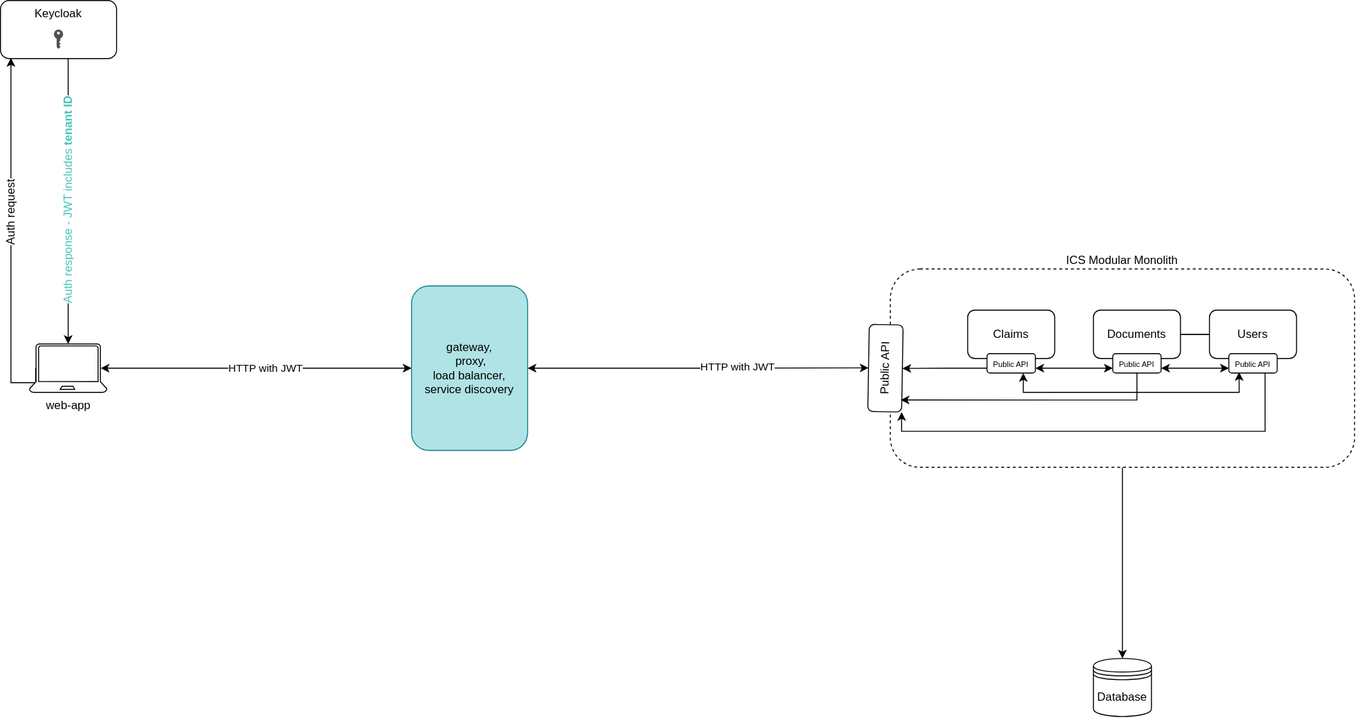
Before: architecture/services.svg, a diagram exported from draw.io (michalpatron10/ics). Source tidied: cells renumbered, new cells last; positions are measured from the earlier drawing's top-left corner, leaving out a move shared by most shapes.
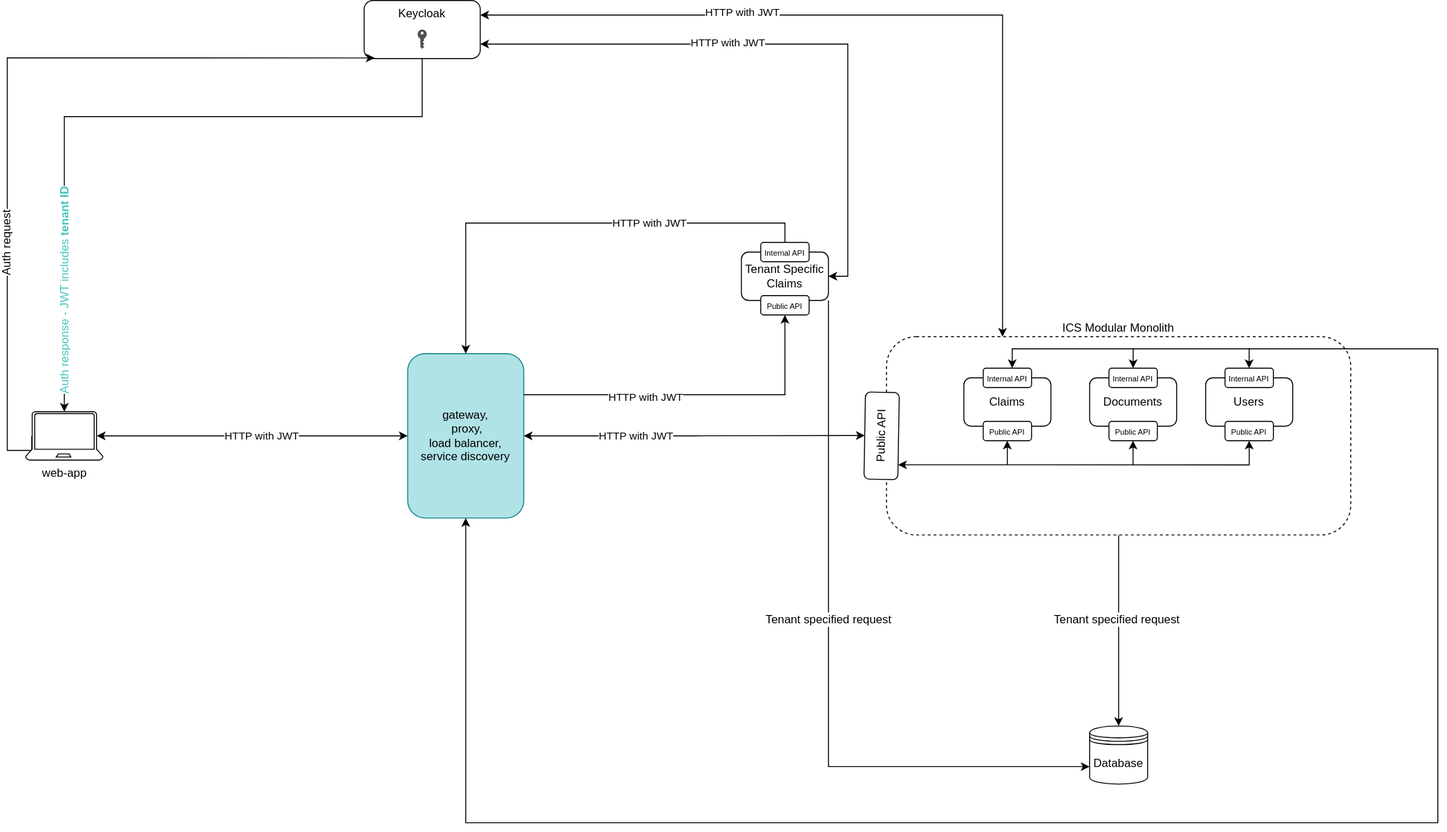
After the change.

Commit message:
architecture with tenant specific services

Change to the diagram source:
```diff
@@ -5,7 +5,12 @@
     <mxCell id="2" style="edgeStyle=orthogonalEdgeStyle;rounded=0;jettySize=auto;html=1;exitX=0.5;exitY=1;exitDx=0;exitDy=0;entryX=0.5;entryY=0;entryDx=0;entryDy=0;" parent="1" edge="1" source="3" target="4">
       <mxGeometry relative="1" as="geometry" />
     </mxCell>
+    <mxCell id="32" value="Tenant specified request" style="edgeLabel;html=1;align=center;verticalAlign=middle;fontSize=12;" parent="2" vertex="1">
+      <mxGeometry x="-0.12" y="-2" relative="1" as="geometry">
+        <mxPoint y="1" as="offset" />
+      </mxGeometry>
+    </mxCell>
-    <mxCell id="3" value="&lt;font style=&quot;font-size: 12px;&quot;&gt;ICS Modular Monolith&lt;/font&gt;" style="rounded=1;whiteSpace=wrap;html=1;dashed=1;verticalAlign=bottom;align=center;horizontal=1;labelPosition=center;verticalLabelPosition=top;" parent="1" vertex="1">
+    <mxCell id="3" value="&lt;font style=&quot;font-size: 12px;&quot;&gt;ICS Modular Monolith&lt;/font&gt;" style="rounded=1;whiteSpace=wrap;html=1;dashed=1;verticalAlign=bottom;align=center;horizontal=1;labelPosition=center;verticalLabelPosition=top;glass=0;" parent="1" vertex="1">
       <mxGeometry x="920" y="277.5" width="480" height="205" as="geometry" />
     </mxCell>
     <mxCell id="4" value="Database" style="shape=datastore;whiteSpace=wrap;html=1;" parent="1" vertex="1">
@@ -14,21 +19,29 @@
     <mxCell id="5" style="edgeStyle=orthogonalEdgeStyle;rounded=0;jettySize=auto;html=1;exitDx=0;exitDy=0;entryDx=0;entryDy=0;entryPerimeter=0;startArrow=none;startFill=0;" parent="1" edge="1" source="7" target="29">
       <mxGeometry relative="1" as="geometry">
         <Array as="points">
-          <mxPoint x="70" y="100" />
-          <mxPoint x="70" y="373" />
+          <mxPoint x="440" y="50" />
+          <mxPoint x="70" y="50" />
         </Array>
       </mxGeometry>
     </mxCell>
     <mxCell id="6" value="&lt;font style=&quot;font-size: 12px;&quot; color=&quot;#45c4bc&quot;&gt;Auth response - JWT includes &lt;b style=&quot;&quot;&gt;tenant ID&lt;/b&gt;&lt;/font&gt;" style="edgeLabel;html=1;align=center;verticalAlign=middle;rotation=-90;" parent="5" vertex="1">
       <mxGeometry x="0.47" y="1" relative="1" as="geometry">
-        <mxPoint x="-1" y="-70" as="offset" />
+        <mxPoint x="-1" y="70" as="offset" />
       </mxGeometry>
     </mxCell>
+    <mxCell id="33" style="edgeStyle=orthogonalEdgeStyle;rounded=0;jettySize=auto;html=1;exitX=1;exitY=0.25;exitDx=0;exitDy=0;entryX=0.25;entryY=0;entryDx=0;entryDy=0;startArrow=classic;startFill=1;" parent="1" edge="1" source="7" target="3">
+      <mxGeometry relative="1" as="geometry" />
+    </mxCell>
+    <mxCell id="34" value="HTTP with JWT" style="edgeLabel;html=1;align=center;verticalAlign=middle;" parent="33" vertex="1">
+      <mxGeometry x="-0.26" y="3" relative="1" as="geometry">
+        <mxPoint x="-54" as="offset" />
+      </mxGeometry>
+    </mxCell>
     <mxCell id="7" value="Keycloak" style="rounded=1;whiteSpace=wrap;html=1;verticalAlign=top;" parent="1" vertex="1">
-      <mxGeometry width="120" height="60" as="geometry" />
+      <mxGeometry x="380" y="-70" width="120" height="60" as="geometry" />
     </mxCell>
     <mxCell id="8" style="shadow=0;dashed=0;html=1;strokeColor=none;fillColor=#505050;labelPosition=center;verticalLabelPosition=bottom;verticalAlign=top;align=center;shape=mxgraph.office.security.key_permissions;" parent="1" vertex="1">
-      <mxGeometry x="55.2" y="30" width="9.5" height="20" as="geometry" />
+      <mxGeometry x="435.2" y="-40" width="9.5" height="20" as="geometry" />
     </mxCell>
     <mxCell id="9" style="edgeStyle=orthogonalEdgeStyle;rounded=0;jettySize=auto;html=1;exitDx=0;exitDy=0;exitPerimeter=0;labelBorderColor=none;entryX=0.09;entryY=0.989;entryDx=0;entryDy=0;exitX=0.08;exitY=0.5;entryPerimeter=0;" parent="1" edge="1" source="29" target="7">
       <mxGeometry relative="1" as="geometry">
@@ -39,14 +52,16 @@
     </mxCell>
     <mxCell id="10" value="&lt;font style=&quot;font-size: 12px;&quot;&gt;Auth request&lt;/font&gt;" style="edgeLabel;html=1;align=center;verticalAlign=middle;rotation=-90;" parent="9" vertex="1">
       <mxGeometry x="-0.26" y="-7" relative="1" as="geometry">
-        <mxPoint x="-7" y="-76" as="offset" />
+        <mxPoint x="-8" y="52" as="offset" />
       </mxGeometry>
     </mxCell>
     <mxCell id="11" style="edgeStyle=orthogonalEdgeStyle;rounded=0;jettySize=auto;html=1;exitX=0.5;exitY=0;exitDx=0;exitDy=0;entryX=0.5;entryY=0;entryDx=0;entryDy=0;startArrow=classic;startFill=1;" parent="1" edge="1" source="13" target="14">
       <mxGeometry relative="1" as="geometry" />
     </mxCell>
     <mxCell id="12" value="HTTP with JWT" style="edgeLabel;html=1;align=center;verticalAlign=middle;" parent="11" vertex="1">
-      <mxGeometry x="0.23" y="1" relative="1" as="geometry" />
+      <mxGeometry x="0.23" y="1" relative="1" as="geometry">
+        <mxPoint x="-101" y="1" as="offset" />
+      </mxGeometry>
     </mxCell>
     <mxCell id="13" value="gateway,&lt;br&gt;&amp;nbsp;proxy,&lt;br&gt;load balancer, &lt;br&gt;service discovery" style="rounded=1;whiteSpace=wrap;html=1;fillColor=#b0e3e6;strokeColor=#0e8088;horizontal=0;rotation=90;" parent="1" vertex="1">
       <mxGeometry x="400" y="320" width="170" height="120" as="geometry" />
@@ -57,49 +72,21 @@
     <mxCell id="15" value="Claims" style="rounded=1;whiteSpace=wrap;html=1;" parent="1" vertex="1">
       <mxGeometry x="1000" y="320" width="90" height="50" as="geometry" />
     </mxCell>
-    <mxCell id="16" style="edgeStyle=orthogonalEdgeStyle;rounded=0;jettySize=auto;html=1;" parent="1" edge="1" source="18">
-      <mxGeometry relative="1" as="geometry">
-        <mxPoint x="1300" y="345" as="targetPoint" />
-      </mxGeometry>
-    </mxCell>
-    <mxCell id="17" style="edgeStyle=orthogonalEdgeStyle;rounded=0;jettySize=auto;html=1;" parent="1" edge="1" source="18">
-      <mxGeometry relative="1" as="geometry">
-        <mxPoint x="1300" y="345" as="targetPoint" />
-      </mxGeometry>
-    </mxCell>
     <mxCell id="18" value="Documents" style="rounded=1;whiteSpace=wrap;html=1;" parent="1" vertex="1">
       <mxGeometry x="1130" y="320" width="90" height="50" as="geometry" />
     </mxCell>
     <mxCell id="19" value="Users" style="rounded=1;whiteSpace=wrap;html=1;" parent="1" vertex="1">
       <mxGeometry x="1250" y="320" width="90" height="50" as="geometry" />
     </mxCell>
-    <mxCell id="20" style="edgeStyle=orthogonalEdgeStyle;rounded=0;jettySize=auto;html=1;exitX=0;exitY=0.75;exitDx=0;exitDy=0;entryX=0.5;entryY=1;entryDx=0;entryDy=0;" parent="1" edge="1" source="21" target="14">
-      <mxGeometry relative="1" as="geometry" />
-    </mxCell>
     <mxCell id="21" value="&lt;font style=&quot;font-size: 8px;&quot;&gt;Public API&lt;/font&gt;" style="rounded=1;whiteSpace=wrap;html=1;fontSize=10;" parent="1" vertex="1">
       <mxGeometry x="1020" y="365" width="50" height="20" as="geometry" />
     </mxCell>
-    <mxCell id="22" style="edgeStyle=orthogonalEdgeStyle;rounded=0;jettySize=auto;html=1;exitX=1;exitY=0.75;exitDx=0;exitDy=0;entryX=0;entryY=0.75;entryDx=0;entryDy=0;startArrow=classic;startFill=1;" parent="1" edge="1" source="23" target="26">
-      <mxGeometry relative="1" as="geometry" />
-    </mxCell>
     <mxCell id="23" value="&lt;font style=&quot;font-size: 8px;&quot;&gt;Public API&lt;/font&gt;" style="rounded=1;whiteSpace=wrap;html=1;fontSize=10;" parent="1" vertex="1">
       <mxGeometry x="1150" y="365" width="50" height="20" as="geometry" />
     </mxCell>
-    <mxCell id="24" style="edgeStyle=orthogonalEdgeStyle;rounded=0;jettySize=auto;html=1;exitX=1;exitY=0.75;exitDx=0;exitDy=0;entryX=0;entryY=0.75;entryDx=0;entryDy=0;startArrow=classic;startFill=1;" parent="1" edge="1" source="21" target="23">
-      <mxGeometry relative="1" as="geometry" />
-    </mxCell>
-    <mxCell id="25" style="edgeStyle=orthogonalEdgeStyle;rounded=0;jettySize=auto;html=1;exitX=0.75;exitY=1;exitDx=0;exitDy=0;entryX=0;entryY=1;entryDx=0;entryDy=0;" parent="1" edge="1" source="26" target="14">
-      <mxGeometry relative="1" as="geometry" />
-    </mxCell>
     <mxCell id="26" value="&lt;font style=&quot;font-size: 8px;&quot;&gt;Public API&lt;/font&gt;" style="rounded=1;whiteSpace=wrap;html=1;fontSize=10;" parent="1" vertex="1">
       <mxGeometry x="1270" y="365" width="50" height="20" as="geometry" />
     </mxCell>
-    <mxCell id="27" style="edgeStyle=orthogonalEdgeStyle;rounded=0;jettySize=auto;html=1;exitX=0.75;exitY=1;exitDx=0;exitDy=0;entryX=0.213;entryY=0.95;entryDx=0;entryDy=0;entryPerimeter=0;startArrow=classic;startFill=1;" parent="1" edge="1" source="21" target="26">
-      <mxGeometry relative="1" as="geometry" />
-    </mxCell>
-    <mxCell id="28" style="edgeStyle=orthogonalEdgeStyle;rounded=0;jettySize=auto;html=1;exitX=0.5;exitY=1;exitDx=0;exitDy=0;entryX=0.138;entryY=0.965;entryDx=0;entryDy=0;entryPerimeter=0;" parent="1" edge="1" source="23" target="14">
-      <mxGeometry relative="1" as="geometry" />
-    </mxCell>
     <mxCell id="29" value="web-app" style="verticalLabelPosition=bottom;html=1;verticalAlign=top;align=center;shape=mxgraph.azure.laptop;" parent="1" vertex="1">
       <mxGeometry x="30" y="355" width="80" height="50" as="geometry" />
     </mxCell>
@@ -109,5 +96,98 @@
     <mxCell id="31" value="HTTP with JWT" style="edgeLabel;html=1;align=center;verticalAlign=middle;" parent="1" vertex="1">
       <mxGeometry x="274" y="380" as="geometry" />
     </mxCell>
+    <mxCell id="35" style="edgeStyle=orthogonalEdgeStyle;rounded=0;jettySize=auto;html=1;exitX=1;exitY=0.5;exitDx=0;exitDy=0;entryX=1;entryY=0.75;entryDx=0;entryDy=0;startArrow=classic;startFill=1;" parent="1" edge="1" source="38" target="7">
+      <mxGeometry relative="1" as="geometry" />
+    </mxCell>
+    <mxCell id="36" value="HTTP with JWT" style="edgeLabel;html=1;align=center;verticalAlign=middle;" parent="35" vertex="1">
+      <mxGeometry x="0.2" relative="1" as="geometry">
+        <mxPoint y="-1" as="offset" />
+      </mxGeometry>
+    </mxCell>
+    <mxCell id="37" style="edgeStyle=orthogonalEdgeStyle;rounded=0;jettySize=auto;html=1;exitX=1;exitY=1;exitDx=0;exitDy=0;entryX=0;entryY=0.7;entryDx=0;entryDy=0;" parent="1" edge="1" source="38" target="4">
+      <mxGeometry relative="1" as="geometry" />
+    </mxCell>
+    <mxCell id="38" value="Tenant Specific Claims" style="rounded=1;whiteSpace=wrap;html=1;" parent="1" vertex="1">
+      <mxGeometry x="770" y="190" width="90" height="50" as="geometry" />
+    </mxCell>
+    <mxCell id="39" style="edgeStyle=orthogonalEdgeStyle;rounded=0;jettySize=auto;html=1;exitX=0.5;exitY=1;exitDx=0;exitDy=0;startArrow=classic;startFill=1;endArrow=none;endFill=0;entryX=0.25;entryY=0;entryDx=0;entryDy=0;" parent="1" edge="1" source="40" target="13">
+      <mxGeometry relative="1" as="geometry" />
+    </mxCell>
+    <mxCell id="40" value="&lt;font style=&quot;font-size: 8px;&quot;&gt;Public API&lt;/font&gt;" style="rounded=1;whiteSpace=wrap;html=1;fontSize=10;" parent="1" vertex="1">
+      <mxGeometry x="790" y="235" width="50" height="20" as="geometry" />
+    </mxCell>
+    <mxCell id="41" value="Tenant specified request" style="edgeLabel;html=1;align=center;verticalAlign=middle;fontSize=12;" parent="1" vertex="1">
+      <mxGeometry x="860" y="570" as="geometry" />
+    </mxCell>
+    <mxCell id="42" value="&lt;font style=&quot;font-size: 8px;&quot;&gt;Internal API&lt;/font&gt;" style="rounded=1;whiteSpace=wrap;html=1;fontSize=10;" parent="1" vertex="1">
+      <mxGeometry x="1020" y="310" width="50" height="20" as="geometry" />
+    </mxCell>
+    <mxCell id="43" value="&lt;font style=&quot;font-size: 8px;&quot;&gt;Internal API&lt;/font&gt;" style="rounded=1;whiteSpace=wrap;html=1;fontSize=10;" parent="1" vertex="1">
+      <mxGeometry x="1150" y="310" width="50" height="20" as="geometry" />
+    </mxCell>
+    <mxCell id="44" value="&lt;font style=&quot;font-size: 8px;&quot;&gt;Internal API&lt;/font&gt;" style="rounded=1;whiteSpace=wrap;html=1;fontSize=10;" parent="1" vertex="1">
+      <mxGeometry x="1270" y="310" width="50" height="20" as="geometry" />
+    </mxCell>
+    <mxCell id="45" style="edgeStyle=orthogonalEdgeStyle;rounded=0;jettySize=auto;html=1;exitDx=0;exitDy=0;entryDx=0;entryDy=0;exitX=0.5;exitY=0;" parent="1" edge="1" source="46" target="13">
+      <mxGeometry relative="1" as="geometry" />
+    </mxCell>
+    <mxCell id="46" value="&lt;font style=&quot;font-size: 8px;&quot;&gt;Internal API&lt;/font&gt;" style="rounded=1;whiteSpace=wrap;html=1;fontSize=10;" parent="1" vertex="1">
+      <mxGeometry x="790" y="180" width="50" height="20" as="geometry" />
+    </mxCell>
+    <mxCell id="47" value="HTTP with JWT" style="edgeLabel;html=1;align=center;verticalAlign=middle;" parent="1" vertex="1">
+      <mxGeometry x="670.2" y="340" as="geometry" />
+    </mxCell>
+    <mxCell id="48" value="HTTP with JWT" style="edgeLabel;html=1;align=center;verticalAlign=middle;" parent="1" vertex="1">
+      <mxGeometry x="670.2" y="160" as="geometry">
+        <mxPoint x="4" as="offset" />
+      </mxGeometry>
+    </mxCell>
+    <mxCell id="49" style="endArrow=classic;html=1;rounded=0;edgeStyle=orthogonalEdgeStyle;entryX=0.5;entryY=1;entryDx=0;entryDy=0;startArrow=none;startFill=0;endFill=1;" parent="1" edge="1">
+      <mxGeometry relative="1" as="geometry">
+        <mxPoint x="1044.9" y="410" as="sourcePoint" />
+        <mxPoint x="1044.9" y="385" as="targetPoint" />
+        <Array as="points">
+          <mxPoint x="1044.9" y="410" />
+        </Array>
+      </mxGeometry>
+    </mxCell>
+    <mxCell id="50" style="endArrow=classic;html=1;rounded=0;edgeStyle=orthogonalEdgeStyle;entryX=0.5;entryY=1;entryDx=0;entryDy=0;startArrow=none;startFill=0;endFill=1;" parent="1" edge="1">
+      <mxGeometry relative="1" as="geometry">
+        <mxPoint x="1174.9" y="410" as="sourcePoint" />
+        <mxPoint x="1174.9" y="385" as="targetPoint" />
+        <Array as="points">
+          <mxPoint x="1174.9" y="410" />
+        </Array>
+      </mxGeometry>
+    </mxCell>
+    <mxCell id="51" style="endArrow=classic;html=1;rounded=0;edgeStyle=orthogonalEdgeStyle;exitDx=0;exitDy=0;entryDx=0;entryDy=0;endFill=1;startArrow=classic;startFill=1;" parent="1" edge="1" source="14" target="26">
+      <mxGeometry relative="1" as="geometry">
+        <Array as="points">
+          <mxPoint x="932" y="410" />
+          <mxPoint x="1295" y="410" />
+        </Array>
+      </mxGeometry>
+    </mxCell>
+    <mxCell id="52" style="endArrow=classic;html=1;rounded=0;edgeStyle=orthogonalEdgeStyle;exitX=0.6;exitY=0;exitDx=0;exitDy=0;exitPerimeter=0;entryX=1;entryY=0.5;entryDx=0;entryDy=0;startArrow=classic;startFill=1;endFill=1;" parent="1" edge="1" source="42" target="13">
+      <mxGeometry relative="1" as="geometry">
+        <Array as="points">
+          <mxPoint x="1050" y="290" />
+          <mxPoint x="1490" y="290" />
+          <mxPoint x="1490" y="780" />
+          <mxPoint x="485" y="780" />
+        </Array>
+      </mxGeometry>
+    </mxCell>
+    <mxCell id="53" style="endArrow=none;html=1;rounded=0;exitX=0.5;exitY=0;exitDx=0;exitDy=0;endFill=0;startArrow=classic;startFill=1;" parent="1" edge="1" source="43">
+      <mxGeometry relative="1" as="geometry">
+        <mxPoint x="1175" y="290" as="targetPoint" />
+      </mxGeometry>
+    </mxCell>
+    <mxCell id="54" style="endArrow=none;html=1;rounded=0;exitX=0.5;exitY=0;exitDx=0;exitDy=0;endFill=0;startArrow=classic;startFill=1;" parent="1" edge="1">
+      <mxGeometry relative="1" as="geometry">
+        <mxPoint x="1294.9" y="310" as="sourcePoint" />
+        <mxPoint x="1294.9" y="290" as="targetPoint" />
+      </mxGeometry>
+    </mxCell>
   </root>
 </mxGraphModel>
```
